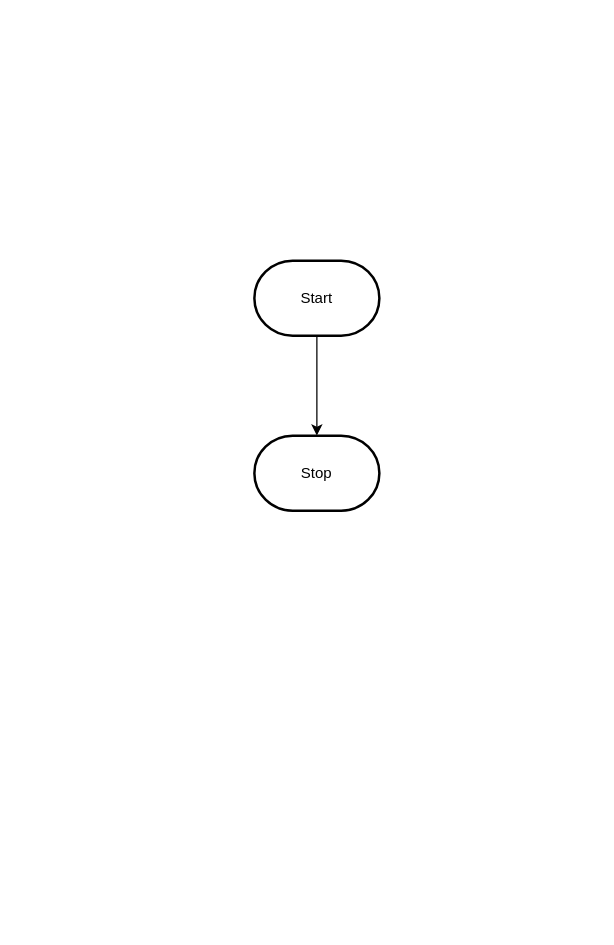
The draw.io diagram design/flowchart.drawio in MTHS-ICD2O-1-2023/ICD2O-Unit-5-02-clara-tyman, before the edit. Source tidied: cells renumbered, new cells numbered last; positions are measured from the earlier drawing's top-left corner, leaving out a move shared by most shapes. Both pictures are drawn from the tidied source at 125%, with x=0, y=0 at pixel (254, 260).
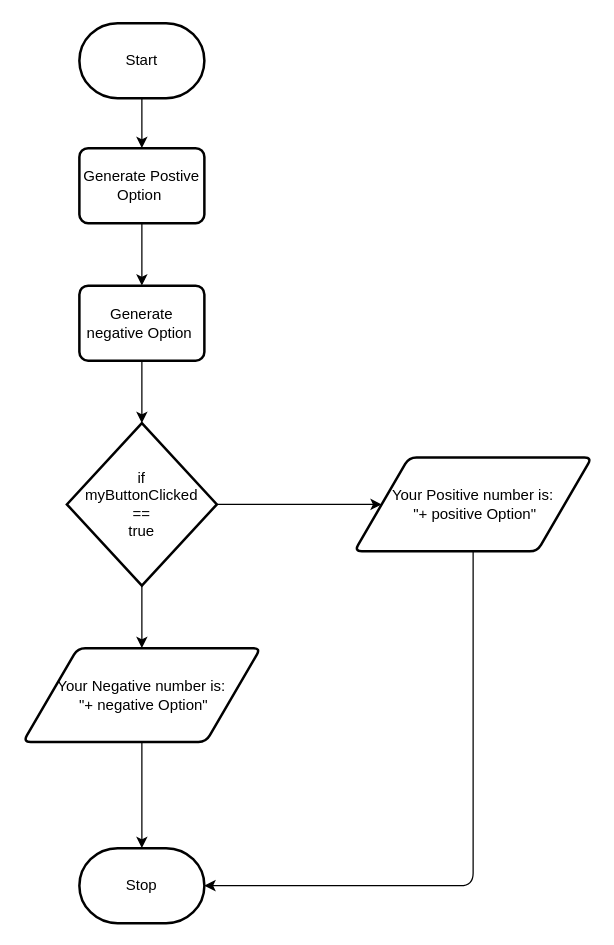
Above is the later version.

The edit, as a diff of the source:
```diff
@@
 <mxGraphModel>
   <root>
     <mxCell id="0" />
     <mxCell id="1" parent="0" />
-    <mxCell id="2" style="edgeStyle=orthogonalEdgeStyle;html=1;rounded=0;" parent="1" edge="1" source="3" target="4">
-      <mxGeometry relative="1" as="geometry" />
-    </mxCell>
+    <mxCell id="5" style="edgeStyle=none;html=1;entryX=0.5;entryY=0;entryDx=0;entryDy=0;" parent="1" edge="1" source="3" target="7">
+      <mxGeometry relative="1" as="geometry" />
+    </mxCell>
     <mxCell id="3" value="Start" style="strokeWidth=2;html=1;shape=mxgraph.flowchart.terminator;whiteSpace=wrap;" parent="1" vertex="1">
-      <mxGeometry width="100" height="60" as="geometry" />
+      <mxGeometry x="-140" y="-190" width="100" height="60" as="geometry" />
     </mxCell>
     <mxCell id="4" value="Stop" style="strokeWidth=2;html=1;shape=mxgraph.flowchart.terminator;whiteSpace=wrap;" parent="1" vertex="1">
-      <mxGeometry y="140" width="100" height="60" as="geometry" />
+      <mxGeometry x="-140" y="470" width="100" height="60" as="geometry" />
     </mxCell>
+    <mxCell id="6" style="edgeStyle=none;html=1;entryX=0.5;entryY=0;entryDx=0;entryDy=0;" parent="1" edge="1" source="7" target="9">
+      <mxGeometry relative="1" as="geometry" />
+    </mxCell>
+    <mxCell id="7" value="Generate Postive Option&amp;nbsp;" style="rounded=1;whiteSpace=wrap;html=1;absoluteArcSize=1;arcSize=14;strokeWidth=2;" parent="1" vertex="1">
+      <mxGeometry x="-140" y="-90" width="100" height="60" as="geometry" />
+    </mxCell>
+    <mxCell id="8" style="edgeStyle=none;html=1;" parent="1" edge="1" source="9">
+      <mxGeometry relative="1" as="geometry">
+        <mxPoint x="-90" y="130" as="targetPoint" />
+      </mxGeometry>
+    </mxCell>
+    <mxCell id="9" value="Generate negative Option&amp;nbsp;" style="rounded=1;whiteSpace=wrap;html=1;absoluteArcSize=1;arcSize=14;strokeWidth=2;" parent="1" vertex="1">
+      <mxGeometry x="-140" y="20" width="100" height="60" as="geometry" />
+    </mxCell>
+    <mxCell id="10" style="edgeStyle=none;html=1;" parent="1" edge="1" source="12" target="14">
+      <mxGeometry relative="1" as="geometry" />
+    </mxCell>
+    <mxCell id="11" style="edgeStyle=none;html=1;entryX=0.5;entryY=0;entryDx=0;entryDy=0;" parent="1" edge="1" source="12" target="16">
+      <mxGeometry relative="1" as="geometry" />
+    </mxCell>
+    <mxCell id="12" value="if &lt;br&gt;myButtonClicked&lt;br&gt;==&lt;br&gt;true" style="strokeWidth=2;html=1;shape=mxgraph.flowchart.decision;whiteSpace=wrap;" parent="1" vertex="1">
+      <mxGeometry x="-150" y="130" width="120" height="130" as="geometry" />
+    </mxCell>
+    <mxCell id="13" style="edgeStyle=elbowEdgeStyle;html=1;entryX=1;entryY=0.5;entryDx=0;entryDy=0;entryPerimeter=0;elbow=vertical;" parent="1" edge="1" source="14" target="4">
+      <mxGeometry relative="1" as="geometry">
+        <Array as="points">
+          <mxPoint x="175" y="500" />
+        </Array>
+      </mxGeometry>
+    </mxCell>
+    <mxCell id="14" value="Your Positive number is:&lt;br&gt;&amp;nbsp;&quot;+ positive Option&quot;" style="shape=parallelogram;html=1;strokeWidth=2;perimeter=parallelogramPerimeter;whiteSpace=wrap;rounded=1;arcSize=12;size=0.23;" parent="1" vertex="1">
+      <mxGeometry x="80" y="157.5" width="190" height="75" as="geometry" />
+    </mxCell>
+    <mxCell id="15" style="edgeStyle=none;html=1;" parent="1" edge="1" source="16">
+      <mxGeometry relative="1" as="geometry">
+        <mxPoint x="-90" y="470" as="targetPoint" />
+      </mxGeometry>
+    </mxCell>
+    <mxCell id="16" value="Your Negative number is:&lt;br&gt;&amp;nbsp;&quot;+ negative Option&quot;" style="shape=parallelogram;html=1;strokeWidth=2;perimeter=parallelogramPerimeter;whiteSpace=wrap;rounded=1;arcSize=12;size=0.23;" parent="1" vertex="1">
+      <mxGeometry x="-185" y="310" width="190" height="75" as="geometry" />
+    </mxCell>
   </root>
 </mxGraphModel>
```
